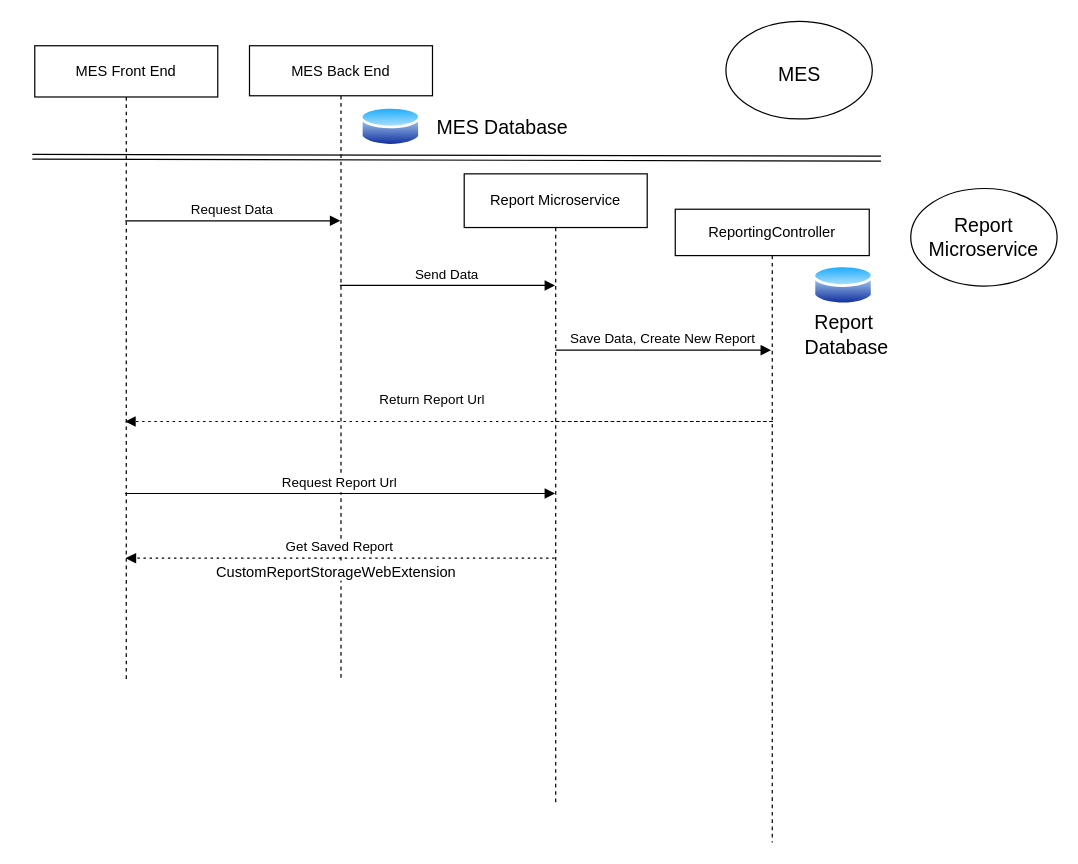
Before: Docs/Reporting API Flow.drawio in csm12s/Blazor-Report-Editor, a draw.io diagram. Source tidied: cells renumbered, new cells numbered last; positions are measured from the earlier drawing's top-left corner, leaving out a move shared by most shapes. Both pictures are drawn from the tidied source at 122%, with x=0, y=0 at pixel (32, 21).
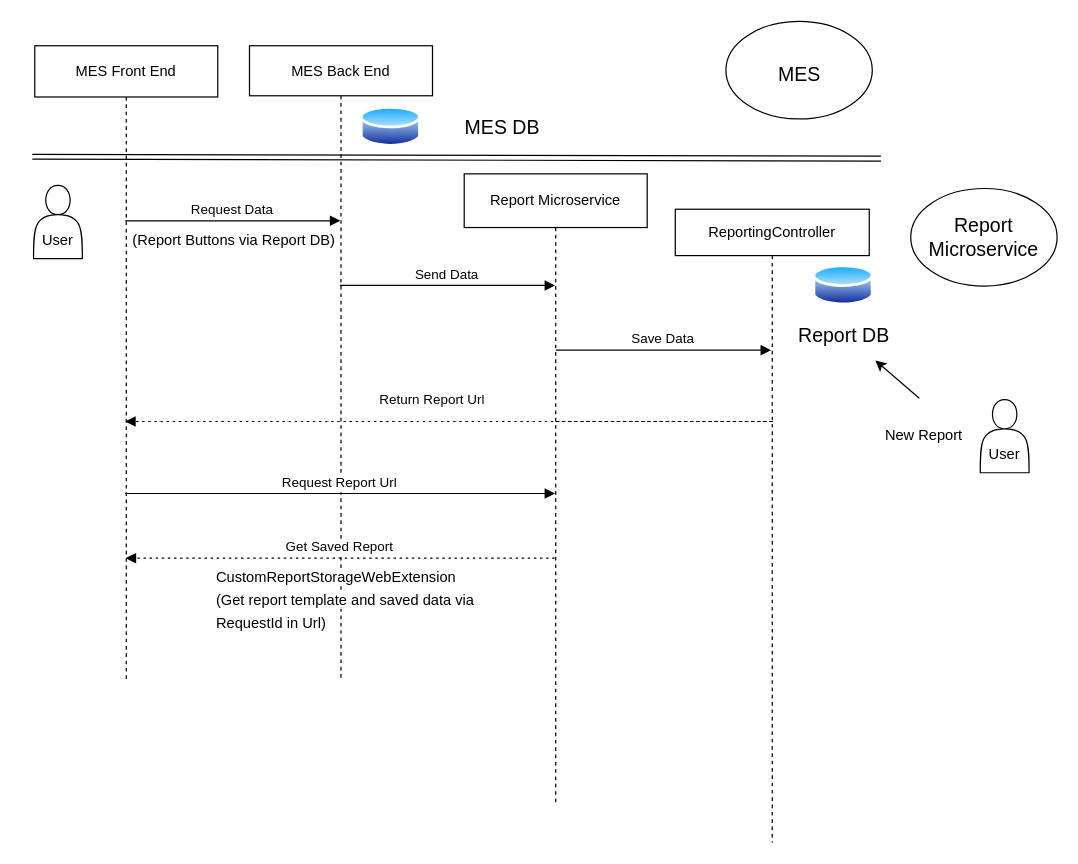
The same page after the edit.

The edit, as a diff of the source:
```diff
@@
-    <mxCell id="10" value="&lt;span style=&quot;color: rgb(0, 0, 0); font-family: Helvetica; font-size: 12px; font-style: normal; font-variant-ligatures: normal; font-variant-caps: normal; font-weight: 400; letter-spacing: normal; orphans: 2; text-align: center; text-indent: 0px; text-transform: none; widows: 2; word-spacing: 0px; -webkit-text-stroke-width: 0px; background-color: rgb(255, 255, 255); text-decoration-thickness: initial; text-decoration-style: initial; text-decoration-color: initial; float: none; display: inline !important;&quot;&gt;CustomReportStorageWebExtension&lt;/span&gt;" style="text;whiteSpace=wrap;html=1;fontSize=16;" parent="1" vertex="1">
-      <mxGeometry x="149" y="434" width="225" height="41" as="geometry" />
-    </mxCell>
@@
-    <mxCell id="12" value="Save Data, Create New Report" style="verticalAlign=bottom;endArrow=block;edgeStyle=elbowEdgeStyle;elbow=horizontal;curved=0;rounded=0;" parent="1" edge="1">
+    <mxCell id="12" value="Save Data" style="verticalAlign=bottom;endArrow=block;edgeStyle=elbowEdgeStyle;elbow=horizontal;curved=0;rounded=0;" parent="1" edge="1">
       <mxGeometry relative="1" as="geometry">
         <mxPoint x="429.1" y="269.5" as="sourcePoint" />
         <mxPoint x="605.5" y="269.5" as="targetPoint" />
         <Array as="points">
           <mxPoint x="569" y="248" />
         </Array>
       </mxGeometry>
     </mxCell>
@@
-    <mxCell id="19" value="MES Database" style="text;html=1;strokeColor=none;fillColor=none;align=center;verticalAlign=middle;whiteSpace=wrap;rounded=0;fontSize=16;" parent="1" vertex="1">
+    <mxCell id="19" value="MES DB" style="text;html=1;strokeColor=none;fillColor=none;align=center;verticalAlign=middle;whiteSpace=wrap;rounded=0;fontSize=16;" parent="1" vertex="1">
       <mxGeometry x="319" y="72" width="133" height="30" as="geometry" />
     </mxCell>
-    <mxCell id="20" value="Report&lt;br&gt;&amp;nbsp;Database" style="text;html=1;strokeColor=none;fillColor=none;align=center;verticalAlign=middle;whiteSpace=wrap;rounded=0;fontSize=16;" parent="1" vertex="1">
+    <mxCell id="20" value="Report DB" style="text;html=1;strokeColor=none;fillColor=none;align=center;verticalAlign=middle;whiteSpace=wrap;rounded=0;fontSize=16;" parent="1" vertex="1">
       <mxGeometry x="599" y="235" width="133" height="44" as="geometry" />
     </mxCell>
@@
+    <mxCell id="22" style="shape=actor;whiteSpace=wrap;html=1;" parent="1" vertex="1">
+      <mxGeometry x="777" y="310" width="40" height="60" as="geometry" />
+    </mxCell>
+    <mxCell id="23" value="New Report" style="text;html=1;strokeColor=none;fillColor=none;align=center;verticalAlign=middle;whiteSpace=wrap;rounded=0;" parent="1" vertex="1">
+      <mxGeometry x="688" y="325" width="86" height="30" as="geometry" />
+    </mxCell>
+    <mxCell id="24" style="endArrow=classic;html=1;rounded=0;" parent="1" edge="1">
+      <mxGeometry relative="1" as="geometry">
+        <mxPoint x="727" y="309" as="sourcePoint" />
+        <mxPoint x="691" y="278" as="targetPoint" />
+      </mxGeometry>
+    </mxCell>
+    <mxCell id="25" value="&lt;span style=&quot;color: rgb(0, 0, 0); font-family: Helvetica; font-size: 12px; font-style: normal; font-variant-ligatures: normal; font-variant-caps: normal; font-weight: 400; letter-spacing: normal; orphans: 2; text-align: center; text-indent: 0px; text-transform: none; widows: 2; word-spacing: 0px; -webkit-text-stroke-width: 0px; background-color: rgb(255, 255, 255); text-decoration-thickness: initial; text-decoration-style: initial; text-decoration-color: initial; float: none; display: inline !important;&quot;&gt;CustomReportStorageWebExtension&lt;br&gt;(Get report template and saved data via RequestId in Url)&lt;br&gt;&lt;/span&gt;" style="text;whiteSpace=wrap;html=1;fontSize=16;" parent="1" vertex="1">
+      <mxGeometry x="149" y="438" width="225" height="55" as="geometry" />
+    </mxCell>
+    <mxCell id="26" value="User" style="text;html=1;strokeColor=none;fillColor=none;align=center;verticalAlign=middle;whiteSpace=wrap;rounded=0;" parent="1" vertex="1">
+      <mxGeometry x="767" y="340" width="60" height="30" as="geometry" />
+    </mxCell>
+    <mxCell id="27" style="shape=actor;whiteSpace=wrap;html=1;" parent="1" vertex="1">
+      <mxGeometry x="1" y="134.5" width="40" height="60" as="geometry" />
+    </mxCell>
+    <mxCell id="28" value="User" style="text;html=1;strokeColor=none;fillColor=none;align=center;verticalAlign=middle;whiteSpace=wrap;rounded=0;" parent="1" vertex="1">
+      <mxGeometry x="-9" y="164.5" width="60" height="30" as="geometry" />
+    </mxCell>
+    <mxCell id="29" value="(Report Buttons via Report DB)" style="text;html=1;strokeColor=none;fillColor=none;align=center;verticalAlign=middle;whiteSpace=wrap;rounded=0;" parent="1" vertex="1">
+      <mxGeometry x="77" y="165" width="177" height="30" as="geometry" />
+    </mxCell>
```
